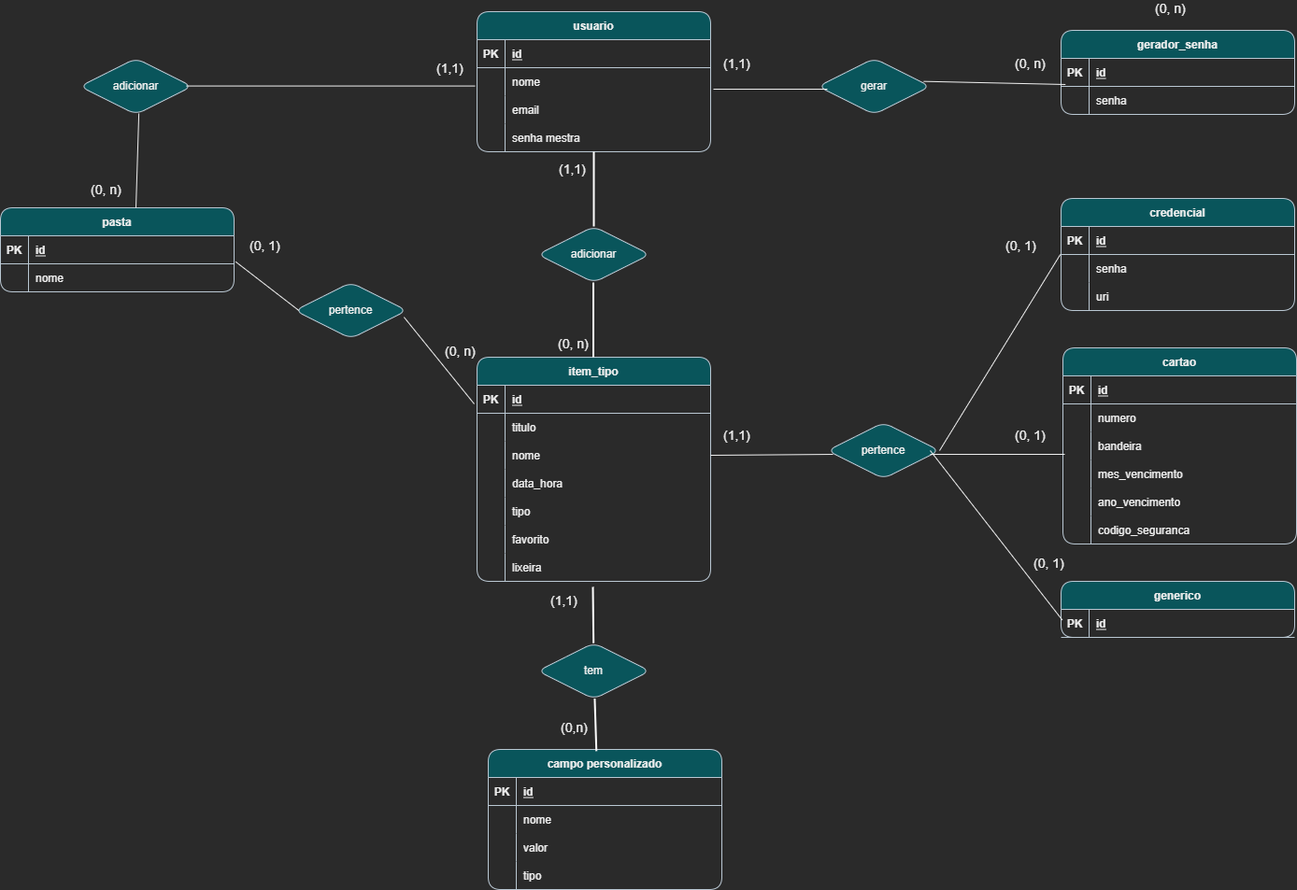
Above: DER.drawio.png in dainler-lab/Keystow (draw.io), before the change. Source tidied: cells renumbered, new cells last; positions are measured from the earlier drawing's top-left corner, leaving out a move shared by most shapes.
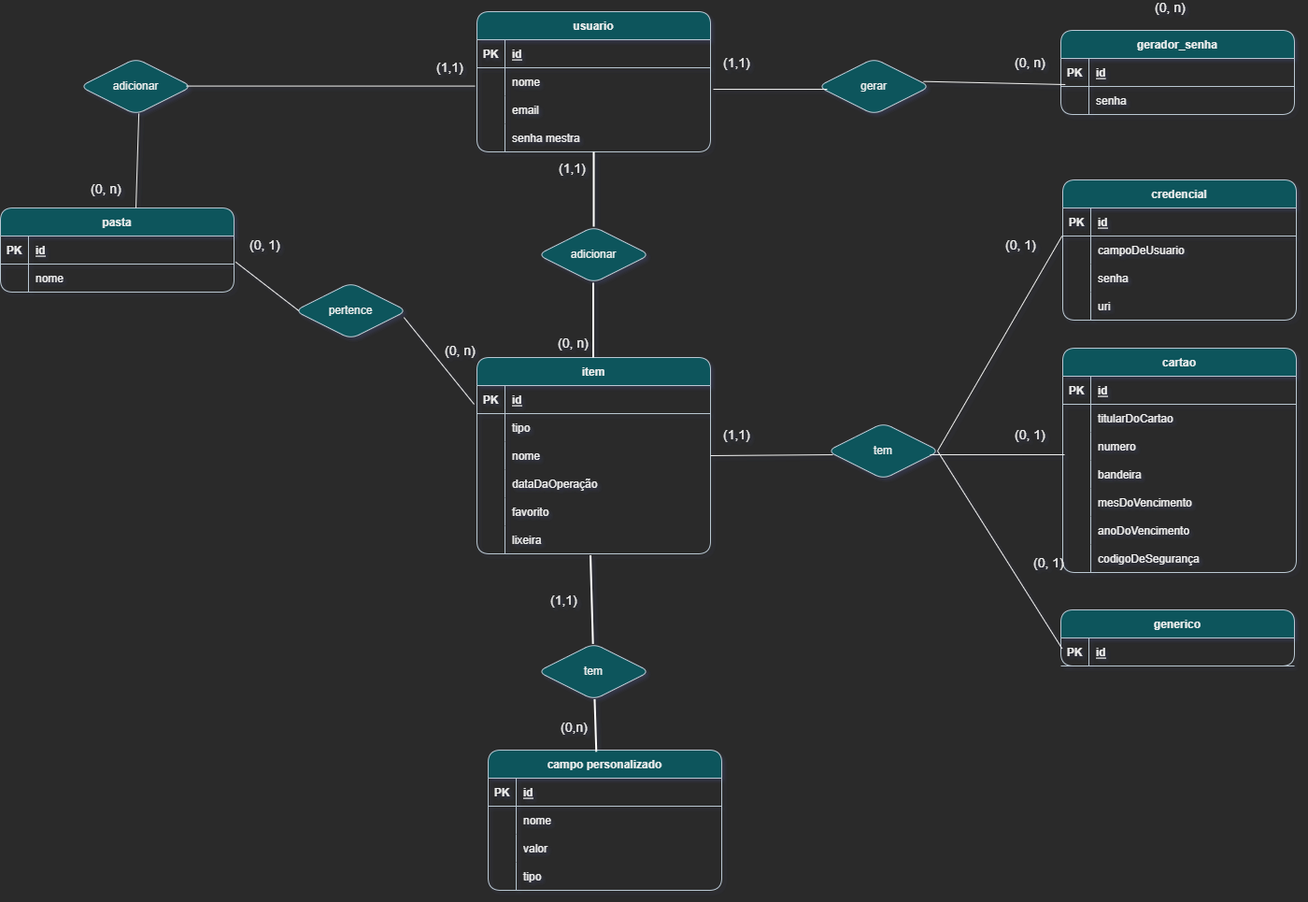
After the commit.

What changed in the source:
```diff
@@ -42,7 +42,7 @@
       <mxGeometry x="30" width="220" height="30" as="geometry" />
     </mxCell>
     <mxCell id="15" value="credencial" style="shape=table;startSize=30;rowLines=0;fontStyle=1;align=center;rounded=1;fillColor=#09555B;strokeColor=#BAC8D3;fontColor=#EEEEEE;columnLines=1;comic=0;enumerate=0;" parent="1" vertex="1">
-      <mxGeometry x="1135" y="200" width="250" height="120" as="geometry" />
+      <mxGeometry x="1137" y="180" width="250" height="150" as="geometry" />
     </mxCell>
     <mxCell id="16" style="shape=partialRectangle;fillColor=none;top=0;left=0;right=0;bottom=1;rounded=1;strokeColor=#BAC8D3;fontColor=#EEEEEE;" parent="15" vertex="1">
       <mxGeometry y="30" width="250" height="30" as="geometry" />
@@ -59,7 +59,7 @@
     <mxCell id="20" style="shape=partialRectangle;overflow=hidden;fillColor=none;top=0;left=0;bottom=0;right=0;rounded=1;strokeColor=#BAC8D3;fontColor=#EEEEEE;" parent="19" vertex="1">
       <mxGeometry width="30" height="30" as="geometry" />
     </mxCell>
-    <mxCell id="21" value="senha" style="shape=partialRectangle;overflow=hidden;fillColor=none;top=0;left=0;bottom=0;right=0;align=left;spacingLeft=6;rounded=1;strokeColor=#BAC8D3;fontColor=#EEEEEE;" parent="19" vertex="1">
+    <mxCell id="21" value="campoDeUsuario" style="shape=partialRectangle;overflow=hidden;fillColor=none;top=0;left=0;bottom=0;right=0;align=left;spacingLeft=6;rounded=1;strokeColor=#BAC8D3;fontColor=#EEEEEE;" parent="19" vertex="1">
       <mxGeometry x="30" width="220" height="30" as="geometry" />
     </mxCell>
     <mxCell id="22" style="shape=partialRectangle;fillColor=none;top=0;left=0;right=0;bottom=0;rounded=1;strokeColor=#BAC8D3;fontColor=#EEEEEE;" parent="15" vertex="1">
@@ -68,9 +68,18 @@
     <mxCell id="23" style="shape=partialRectangle;overflow=hidden;fillColor=none;top=0;left=0;bottom=0;right=0;rounded=1;strokeColor=#BAC8D3;fontColor=#EEEEEE;" parent="22" vertex="1">
       <mxGeometry width="30" height="30" as="geometry" />
     </mxCell>
-    <mxCell id="24" value="uri" style="shape=partialRectangle;overflow=hidden;fillColor=none;top=0;left=0;bottom=0;right=0;align=left;spacingLeft=6;rounded=1;strokeColor=#BAC8D3;fontColor=#EEEEEE;" parent="22" vertex="1">
+    <mxCell id="24" value="senha" style="shape=partialRectangle;overflow=hidden;fillColor=none;top=0;left=0;bottom=0;right=0;align=left;spacingLeft=6;rounded=1;strokeColor=#BAC8D3;fontColor=#EEEEEE;" parent="22" vertex="1">
       <mxGeometry x="30" width="220" height="30" as="geometry" />
     </mxCell>
+    <mxCell id="132" style="shape=partialRectangle;fillColor=none;top=0;left=0;right=0;bottom=0;rounded=1;strokeColor=#BAC8D3;fontColor=#EEEEEE;" parent="15" vertex="1">
+      <mxGeometry y="120" width="250" height="30" as="geometry" />
+    </mxCell>
+    <mxCell id="133" style="shape=partialRectangle;overflow=hidden;fillColor=none;top=0;left=0;bottom=0;right=0;rounded=1;strokeColor=#BAC8D3;fontColor=#EEEEEE;" parent="132" vertex="1">
+      <mxGeometry width="30" height="30" as="geometry" />
+    </mxCell>
+    <mxCell id="134" value="uri" style="shape=partialRectangle;overflow=hidden;fillColor=none;top=0;left=0;bottom=0;right=0;align=left;spacingLeft=6;rounded=1;strokeColor=#BAC8D3;fontColor=#EEEEEE;" parent="132" vertex="1">
+      <mxGeometry x="30" width="220" height="30" as="geometry" />
+    </mxCell>
     <mxCell id="25" value="pasta" style="shape=table;startSize=30;rowLines=0;fontStyle=1;align=center;rounded=1;fillColor=#09555B;strokeColor=#BAC8D3;fontColor=#EEEEEE;columnLines=1;comic=0;enumerate=0;" parent="1" vertex="1">
       <mxGeometry y="210" width="250" height="90" as="geometry" />
     </mxCell>
@@ -93,7 +102,7 @@
       <mxGeometry x="30" width="220" height="30" as="geometry" />
     </mxCell>
     <mxCell id="32" value="cartao" style="shape=table;startSize=30;rowLines=0;fontStyle=1;align=center;rounded=1;fillColor=#09555B;strokeColor=#BAC8D3;fontColor=#EEEEEE;columnLines=1;comic=0;enumerate=0;" parent="1" vertex="1">
-      <mxGeometry x="1137" y="360" width="250" height="210" as="geometry" />
+      <mxGeometry x="1137" y="360" width="250" height="240" as="geometry" />
     </mxCell>
     <mxCell id="33" style="shape=partialRectangle;fillColor=none;top=0;left=0;right=0;bottom=1;rounded=1;strokeColor=#BAC8D3;fontColor=#EEEEEE;" parent="32" vertex="1">
       <mxGeometry y="30" width="250" height="30" as="geometry" />
@@ -110,7 +119,7 @@
     <mxCell id="37" style="shape=partialRectangle;overflow=hidden;fillColor=none;top=0;left=0;bottom=0;right=0;rounded=1;strokeColor=#BAC8D3;fontColor=#EEEEEE;" parent="36" vertex="1">
       <mxGeometry width="30" height="30" as="geometry" />
     </mxCell>
-    <mxCell id="38" value="numero" style="shape=partialRectangle;overflow=hidden;fillColor=none;top=0;left=0;bottom=0;right=0;align=left;spacingLeft=6;rounded=1;strokeColor=#BAC8D3;fontColor=#EEEEEE;" parent="36" vertex="1">
+    <mxCell id="38" value="titularDoCartao" style="shape=partialRectangle;overflow=hidden;fillColor=none;top=0;left=0;bottom=0;right=0;align=left;spacingLeft=6;rounded=1;strokeColor=#BAC8D3;fontColor=#EEEEEE;" parent="36" vertex="1">
       <mxGeometry x="30" width="220" height="30" as="geometry" />
     </mxCell>
     <mxCell id="39" style="shape=partialRectangle;fillColor=none;top=0;left=0;right=0;bottom=0;rounded=1;strokeColor=#BAC8D3;fontColor=#EEEEEE;" parent="32" vertex="1">
@@ -119,7 +128,7 @@
     <mxCell id="40" style="shape=partialRectangle;overflow=hidden;fillColor=none;top=0;left=0;bottom=0;right=0;rounded=1;strokeColor=#BAC8D3;fontColor=#EEEEEE;" parent="39" vertex="1">
       <mxGeometry width="30" height="30" as="geometry" />
     </mxCell>
-    <mxCell id="41" value="bandeira" style="shape=partialRectangle;overflow=hidden;fillColor=none;top=0;left=0;bottom=0;right=0;align=left;spacingLeft=6;rounded=1;strokeColor=#BAC8D3;fontColor=#EEEEEE;" parent="39" vertex="1">
+    <mxCell id="41" value="numero" style="shape=partialRectangle;overflow=hidden;fillColor=none;top=0;left=0;bottom=0;right=0;align=left;spacingLeft=6;rounded=1;strokeColor=#BAC8D3;fontColor=#EEEEEE;" parent="39" vertex="1">
       <mxGeometry x="30" width="220" height="30" as="geometry" />
     </mxCell>
     <mxCell id="42" style="shape=partialRectangle;fillColor=none;points=[[0,0.5],[1,0.5]];portConstraint=eastwest;top=0;left=0;right=0;bottom=0;rounded=1;strokeColor=#BAC8D3;fontColor=#EEEEEE;" parent="32" vertex="1">
@@ -128,7 +137,7 @@
     <mxCell id="43" style="shape=partialRectangle;overflow=hidden;fillColor=none;top=0;left=0;bottom=0;right=0;rounded=1;strokeColor=#BAC8D3;fontColor=#EEEEEE;" parent="42" vertex="1">
       <mxGeometry width="30" height="30" as="geometry" />
     </mxCell>
-    <mxCell id="44" value="mes_vencimento" style="shape=partialRectangle;overflow=hidden;fillColor=none;top=0;left=0;bottom=0;right=0;align=left;spacingLeft=6;rounded=1;strokeColor=#BAC8D3;fontColor=#EEEEEE;" parent="42" vertex="1">
+    <mxCell id="44" value="bandeira" style="shape=partialRectangle;overflow=hidden;fillColor=none;top=0;left=0;bottom=0;right=0;align=left;spacingLeft=6;rounded=1;strokeColor=#BAC8D3;fontColor=#EEEEEE;" parent="42" vertex="1">
       <mxGeometry x="30" width="220" height="30" as="geometry" />
     </mxCell>
     <mxCell id="45" style="shape=partialRectangle;fillColor=none;top=0;left=0;right=0;bottom=0;rounded=1;strokeColor=#BAC8D3;fontColor=#EEEEEE;" parent="32" vertex="1">
@@ -137,7 +146,7 @@
     <mxCell id="46" style="shape=partialRectangle;overflow=hidden;fillColor=none;top=0;left=0;bottom=0;right=0;rounded=1;strokeColor=#BAC8D3;fontColor=#EEEEEE;" parent="45" vertex="1">
       <mxGeometry width="30" height="30" as="geometry" />
     </mxCell>
-    <mxCell id="47" value="ano_vencimento" style="shape=partialRectangle;overflow=hidden;fillColor=none;top=0;left=0;bottom=0;right=0;align=left;spacingLeft=6;rounded=1;strokeColor=#BAC8D3;fontColor=#EEEEEE;" parent="45" vertex="1">
+    <mxCell id="47" value="mesDoVencimento" style="shape=partialRectangle;overflow=hidden;fillColor=none;top=0;left=0;bottom=0;right=0;align=left;spacingLeft=6;rounded=1;strokeColor=#BAC8D3;fontColor=#EEEEEE;" parent="45" vertex="1">
       <mxGeometry x="30" width="220" height="30" as="geometry" />
     </mxCell>
     <mxCell id="48" style="shape=partialRectangle;fillColor=none;top=0;left=0;right=0;bottom=0;rounded=1;strokeColor=#BAC8D3;fontColor=#EEEEEE;" parent="32" vertex="1">
@@ -146,11 +155,20 @@
     <mxCell id="49" style="shape=partialRectangle;overflow=hidden;fillColor=none;top=0;left=0;bottom=0;right=0;rounded=1;strokeColor=#BAC8D3;fontColor=#EEEEEE;" parent="48" vertex="1">
       <mxGeometry width="30" height="30" as="geometry" />
     </mxCell>
-    <mxCell id="50" value="codigo_seguranca" style="shape=partialRectangle;overflow=hidden;fillColor=none;top=0;left=0;bottom=0;right=0;align=left;spacingLeft=6;rounded=1;strokeColor=#BAC8D3;fontColor=#EEEEEE;" parent="48" vertex="1">
+    <mxCell id="50" value="anoDoVencimento" style="shape=partialRectangle;overflow=hidden;fillColor=none;top=0;left=0;bottom=0;right=0;align=left;spacingLeft=6;rounded=1;strokeColor=#BAC8D3;fontColor=#EEEEEE;" parent="48" vertex="1">
       <mxGeometry x="30" width="220" height="30" as="geometry" />
     </mxCell>
+    <mxCell id="135" style="shape=partialRectangle;fillColor=none;top=0;left=0;right=0;bottom=0;rounded=1;strokeColor=#BAC8D3;fontColor=#EEEEEE;" parent="32" vertex="1">
+      <mxGeometry y="210" width="250" height="30" as="geometry" />
+    </mxCell>
+    <mxCell id="136" style="shape=partialRectangle;overflow=hidden;fillColor=none;top=0;left=0;bottom=0;right=0;rounded=1;strokeColor=#BAC8D3;fontColor=#EEEEEE;" parent="135" vertex="1">
+      <mxGeometry width="30" height="30" as="geometry" />
+    </mxCell>
+    <mxCell id="137" value="codigoDeSegurança" style="shape=partialRectangle;overflow=hidden;fillColor=none;top=0;left=0;bottom=0;right=0;align=left;spacingLeft=6;rounded=1;strokeColor=#BAC8D3;fontColor=#EEEEEE;" parent="135" vertex="1">
+      <mxGeometry x="30" width="220" height="30" as="geometry" />
+    </mxCell>
-    <mxCell id="51" value="item_tipo" style="shape=table;startSize=30;rowLines=0;fontStyle=1;align=center;rounded=1;fillColor=#09555B;strokeColor=#BAC8D3;fontColor=#EEEEEE;columnLines=1;comic=0;enumerate=0;" parent="1" vertex="1">
-      <mxGeometry x="510" y="370" width="250" height="240" as="geometry" />
+    <mxCell id="51" value="item" style="shape=table;startSize=30;rowLines=0;fontStyle=1;align=center;rounded=1;fillColor=#09555B;strokeColor=#BAC8D3;fontColor=#EEEEEE;columnLines=1;comic=0;enumerate=0;" parent="1" vertex="1">
+      <mxGeometry x="510" y="370" width="250" height="210" as="geometry" />
     </mxCell>
     <mxCell id="52" style="shape=partialRectangle;fillColor=none;points=[[0,0.5],[1,0.5]];portConstraint=eastwest;top=0;left=0;right=0;bottom=1;rounded=1;strokeColor=#BAC8D3;fontColor=#EEEEEE;" parent="51" vertex="1">
       <mxGeometry y="30" width="250" height="30" as="geometry" />
@@ -167,7 +185,7 @@
     <mxCell id="56" style="shape=partialRectangle;overflow=hidden;fillColor=none;top=0;left=0;bottom=0;right=0;rounded=1;strokeColor=#BAC8D3;fontColor=#EEEEEE;" parent="55" vertex="1">
       <mxGeometry width="30" height="30" as="geometry" />
     </mxCell>
-    <mxCell id="57" value="titulo" style="shape=partialRectangle;overflow=hidden;fillColor=none;top=0;left=0;bottom=0;right=0;align=left;spacingLeft=6;rounded=1;strokeColor=#BAC8D3;fontColor=#EEEEEE;" parent="55" vertex="1">
+    <mxCell id="57" value="tipo" style="shape=partialRectangle;overflow=hidden;fillColor=none;top=0;left=0;bottom=0;right=0;align=left;spacingLeft=6;rounded=1;strokeColor=#BAC8D3;fontColor=#EEEEEE;" parent="55" vertex="1">
       <mxGeometry x="30" width="220" height="30" as="geometry" />
     </mxCell>
     <mxCell id="58" style="shape=partialRectangle;fillColor=none;points=[[0,0.5],[1,0.5]];portConstraint=eastwest;top=0;left=0;right=0;bottom=0;rounded=1;strokeColor=#BAC8D3;fontColor=#EEEEEE;" parent="51" vertex="1">
@@ -185,20 +203,11 @@
     <mxCell id="62" style="shape=partialRectangle;overflow=hidden;fillColor=none;top=0;left=0;bottom=0;right=0;rounded=1;strokeColor=#BAC8D3;fontColor=#EEEEEE;" parent="61" vertex="1">
       <mxGeometry width="30" height="30" as="geometry" />
     </mxCell>
-    <mxCell id="63" value="data_hora" style="shape=partialRectangle;overflow=hidden;fillColor=none;top=0;left=0;bottom=0;right=0;align=left;spacingLeft=6;rounded=1;strokeColor=#BAC8D3;fontColor=#EEEEEE;" parent="61" vertex="1">
+    <mxCell id="63" value="dataDaOperação" style="shape=partialRectangle;overflow=hidden;fillColor=none;top=0;left=0;bottom=0;right=0;align=left;spacingLeft=6;rounded=1;strokeColor=#BAC8D3;fontColor=#EEEEEE;" parent="61" vertex="1">
       <mxGeometry x="30" width="220" height="30" as="geometry" />
     </mxCell>
-    <mxCell id="64" style="shape=partialRectangle;fillColor=none;top=0;left=0;right=0;bottom=0;rounded=1;strokeColor=#BAC8D3;fontColor=#EEEEEE;" parent="51" vertex="1">
-      <mxGeometry y="150" width="250" height="30" as="geometry" />
-    </mxCell>
-    <mxCell id="65" style="shape=partialRectangle;overflow=hidden;fillColor=none;top=0;left=0;bottom=0;right=0;rounded=1;strokeColor=#BAC8D3;fontColor=#EEEEEE;" parent="64" vertex="1">
-      <mxGeometry width="30" height="30" as="geometry" />
-    </mxCell>
-    <mxCell id="66" value="tipo" style="shape=partialRectangle;overflow=hidden;fillColor=none;top=0;left=0;bottom=0;right=0;align=left;spacingLeft=6;rounded=1;strokeColor=#BAC8D3;fontColor=#EEEEEE;" parent="64" vertex="1">
-      <mxGeometry x="30" width="220" height="30" as="geometry" />
-    </mxCell>
     <mxCell id="67" style="shape=partialRectangle;fillColor=none;top=0;left=0;right=0;bottom=0;rounded=1;strokeColor=#BAC8D3;fontColor=#EEEEEE;" parent="51" vertex="1">
-      <mxGeometry y="180" width="250" height="30" as="geometry" />
+      <mxGeometry y="150" width="250" height="30" as="geometry" />
     </mxCell>
     <mxCell id="68" style="shape=partialRectangle;overflow=hidden;fillColor=none;top=0;left=0;bottom=0;right=0;rounded=1;strokeColor=#BAC8D3;fontColor=#EEEEEE;" parent="67" vertex="1">
       <mxGeometry width="30" height="30" as="geometry" />
@@ -207,7 +216,7 @@
       <mxGeometry x="30" width="220" height="30" as="geometry" />
     </mxCell>
     <mxCell id="70" style="shape=partialRectangle;fillColor=none;points=[[0,0.5],[1,0.5]];portConstraint=eastwest;top=0;left=0;right=0;bottom=0;rounded=1;strokeColor=#BAC8D3;fontColor=#EEEEEE;" parent="51" vertex="1">
-      <mxGeometry y="210" width="250" height="30" as="geometry" />
+      <mxGeometry y="180" width="250" height="30" as="geometry" />
     </mxCell>
     <mxCell id="71" style="shape=partialRectangle;overflow=hidden;fillColor=none;top=0;left=0;bottom=0;right=0;rounded=1;strokeColor=#BAC8D3;fontColor=#EEEEEE;" parent="70" vertex="1">
       <mxGeometry width="30" height="30" as="geometry" />
@@ -216,7 +225,7 @@
       <mxGeometry x="30" width="220" height="30" as="geometry" />
     </mxCell>
     <mxCell id="73" value="generico" style="shape=table;startSize=30;rowLines=0;fontStyle=1;align=center;rounded=1;fillColor=#09555B;strokeColor=#BAC8D3;fontColor=#EEEEEE;columnLines=1;comic=0;enumerate=0;" parent="1" vertex="1">
-      <mxGeometry x="1135" y="610" width="250" height="60" as="geometry" />
+      <mxGeometry x="1135" y="640" width="250" height="60" as="geometry" />
     </mxCell>
     <mxCell id="74" style="shape=partialRectangle;fillColor=none;points=[[0,0.5],[1,0.5]];portConstraint=eastwest;top=0;left=0;right=0;bottom=1;rounded=1;strokeColor=#BAC8D3;fontColor=#EEEEEE;" parent="73" vertex="1">
       <mxGeometry y="30" width="250" height="30" as="geometry" />
@@ -230,7 +239,7 @@
     <mxCell id="77" value="adicionar" style="shape=rhombus;perimeter=rhombusPerimeter;whiteSpace=wrap;html=1;align=center;rounded=1;comic=0;sketch=0;fontColor=#EEEEEE;strokeColor=#BAC8D3;fillColor=#09555B;gradientColor=none;" parent="1" vertex="1">
       <mxGeometry x="575" y="230" width="120" height="60" as="geometry" />
     </mxCell>
-    <mxCell id="78" value="pertence" style="shape=rhombus;perimeter=rhombusPerimeter;whiteSpace=wrap;html=1;align=center;rounded=1;comic=0;sketch=0;fontColor=#EEEEEE;strokeColor=#BAC8D3;fillColor=#09555B;gradientColor=none;" parent="1" vertex="1">
+    <mxCell id="78" value="tem" style="shape=rhombus;perimeter=rhombusPerimeter;whiteSpace=wrap;html=1;align=center;rounded=1;comic=0;sketch=0;fontColor=#EEEEEE;strokeColor=#BAC8D3;fillColor=#09555B;gradientColor=none;" parent="1" vertex="1">
       <mxGeometry x="885" y="440" width="120" height="60" as="geometry" />
     </mxCell>
     <mxCell id="79" value="adicionar" style="shape=rhombus;perimeter=rhombusPerimeter;whiteSpace=wrap;html=1;align=center;rounded=1;comic=0;sketch=0;fontColor=#EEEEEE;strokeColor=#BAC8D3;fillColor=#09555B;gradientColor=none;" parent="1" vertex="1">
@@ -276,16 +285,16 @@
         <mxPoint x="-40" y="75" as="offset" />
       </mxGeometry>
     </mxCell>
-    <mxCell id="91" style="endArrow=none;html=1;rounded=0;sketch=0;strokeColor=#FFFFFF;curved=0;strokeWidth=2;" parent="1" edge="1" target="107">
-      <mxGeometry relative="1" as="geometry">
-        <mxPoint x="634" y="616" as="sourcePoint" />
-      </mxGeometry>
+    <mxCell id="91" style="endArrow=none;html=1;rounded=0;sketch=0;strokeColor=#FFFFFF;curved=0;strokeWidth=2;exitX=0.486;exitY=1.048;exitDx=0;exitDy=0;exitPerimeter=0;" parent="1" edge="1" source="70" target="107">
+      <mxGeometry relative="1" as="geometry" />
     </mxCell>
     <mxCell id="92" style="endArrow=none;html=1;rounded=0;exitX=1;exitY=0.5;exitDx=0;exitDy=0;entryX=0.05;entryY=0.567;entryDx=0;entryDy=0;entryPerimeter=0;" parent="1" edge="1" source="58" target="78">
       <mxGeometry relative="1" as="geometry" />
     </mxCell>
-    <mxCell id="93" style="endArrow=none;html=1;rounded=0;exitX=1;exitY=0.5;exitDx=0;exitDy=0;entryX=-0.003;entryY=0;entryDx=0;entryDy=0;entryPerimeter=0;" parent="1" edge="1" source="78" target="19">
-      <mxGeometry relative="1" as="geometry" />
+    <mxCell id="93" style="endArrow=none;html=1;rounded=0;entryX=-0.003;entryY=0;entryDx=0;entryDy=0;entryPerimeter=0;" parent="1" edge="1" target="19">
+      <mxGeometry relative="1" as="geometry">
+        <mxPoint x="1003" y="470" as="sourcePoint" />
+      </mxGeometry>
     </mxCell>
     <mxCell id="94" value="campo personalizado" style="shape=table;startSize=30;rowLines=0;fontStyle=1;align=center;rounded=1;fillColor=#09555B;strokeColor=#BAC8D3;fontColor=#EEEEEE;columnLines=1;comic=0;enumerate=0;" parent="1" vertex="1">
       <mxGeometry x="522" y="790" width="250" height="150" as="geometry" />
@@ -369,7 +378,7 @@
     </mxCell>
     <mxCell id="120" style="endArrow=none;html=1;rounded=0;entryX=0.005;entryY=0.378;entryDx=0;entryDy=0;entryPerimeter=0;" parent="1" edge="1" target="74">
       <mxGeometry relative="1" as="geometry">
-        <mxPoint x="995" y="470" as="sourcePoint" />
+        <mxPoint x="1003" y="470" as="sourcePoint" />
       </mxGeometry>
     </mxCell>
     <mxCell id="121" value="gerar" style="shape=rhombus;perimeter=rhombusPerimeter;whiteSpace=wrap;html=1;align=center;rounded=1;comic=0;sketch=0;fontColor=#EEEEEE;strokeColor=#BAC8D3;fillColor=#09555B;gradientColor=none;" parent="1" vertex="1">
```
